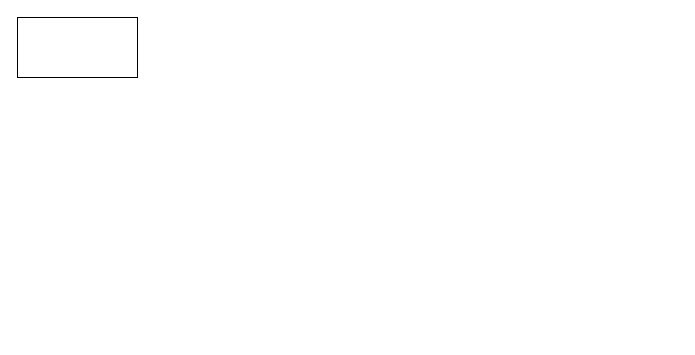
Above: Untitled Diagram.drawio in WoodCutterFuBin/DrawImgSave (draw.io), before the change. Source tidied: cells renumbered, new cells numbered last; positions are measured from the earlier drawing's top-left corner, leaving out a move shared by most shapes. Both pictures are drawn from the tidied source at 100%, with x=0, y=0 at pixel (17, 17).
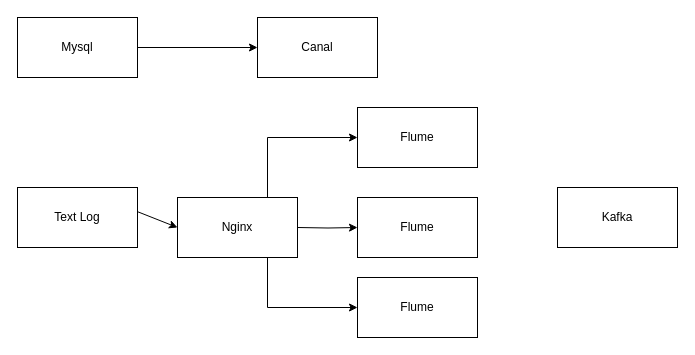
The same page after the edit.

What changed in the source:
```diff
@@
 <mxGraphModel>
   <root>
     <mxCell id="0" />
     <mxCell id="1" parent="0" />
-    <mxCell id="2" style="rounded=0;whiteSpace=wrap;html=1;" parent="1" vertex="1">
+    <mxCell id="2" value="Mysql" style="rounded=0;whiteSpace=wrap;html=1;" parent="1" vertex="1">
       <mxGeometry width="120" height="60" as="geometry" />
     </mxCell>
+    <mxCell id="3" style="endArrow=classic;html=1;exitX=1;exitY=0.5;exitDx=0;exitDy=0;entryX=0;entryY=0.5;entryDx=0;entryDy=0;" parent="1" edge="1" source="2" target="4">
+      <mxGeometry relative="1" as="geometry" />
+    </mxCell>
+    <mxCell id="4" value="Canal" style="rounded=0;whiteSpace=wrap;html=1;" parent="1" vertex="1">
+      <mxGeometry x="240" width="120" height="60" as="geometry" />
+    </mxCell>
+    <mxCell id="5" value="Text Log" style="rounded=0;whiteSpace=wrap;html=1;" parent="1" vertex="1">
+      <mxGeometry y="170" width="120" height="60" as="geometry" />
+    </mxCell>
+    <mxCell id="6" style="endArrow=classic;html=1;exitX=1;exitY=0.403;exitDx=0;exitDy=0;entryX=0;entryY=0.5;entryDx=0;entryDy=0;exitPerimeter=0;" parent="1" edge="1" source="5" target="8">
+      <mxGeometry relative="1" as="geometry" />
+    </mxCell>
+    <mxCell id="7" style="edgeStyle=orthogonalEdgeStyle;rounded=0;jettySize=auto;html=1;" parent="1" edge="1" target="10">
+      <mxGeometry relative="1" as="geometry">
+        <mxPoint x="280" y="210" as="sourcePoint" />
+      </mxGeometry>
+    </mxCell>
+    <mxCell id="8" value="Nginx" style="rounded=0;whiteSpace=wrap;html=1;" parent="1" vertex="1">
+      <mxGeometry x="160" y="180" width="120" height="60" as="geometry" />
+    </mxCell>
+    <mxCell id="9" value="Flume" style="rounded=0;whiteSpace=wrap;html=1;" parent="1" vertex="1">
+      <mxGeometry x="340" y="90" width="120" height="60" as="geometry" />
+    </mxCell>
+    <mxCell id="10" value="Flume" style="rounded=0;whiteSpace=wrap;html=1;" parent="1" vertex="1">
+      <mxGeometry x="340" y="180" width="120" height="60" as="geometry" />
+    </mxCell>
+    <mxCell id="11" value="Flume" style="rounded=0;whiteSpace=wrap;html=1;" parent="1" vertex="1">
+      <mxGeometry x="340" y="260" width="120" height="60" as="geometry" />
+    </mxCell>
+    <mxCell id="12" style="edgeStyle=orthogonalEdgeStyle;rounded=0;orthogonalLoop=1;jettySize=auto;html=1;" parent="1" edge="1">
+      <mxGeometry relative="1" as="geometry">
+        <mxPoint x="245" y="180" as="sourcePoint" />
+        <mxPoint x="340" y="120" as="targetPoint" />
+        <Array as="points">
+          <mxPoint x="250" y="180" />
+          <mxPoint x="250" y="120" />
+        </Array>
+      </mxGeometry>
+    </mxCell>
+    <mxCell id="13" style="edgeStyle=orthogonalEdgeStyle;rounded=0;jettySize=auto;html=1;entryX=0;entryY=0.5;entryDx=0;entryDy=0;exitX=0.75;exitY=1;exitDx=0;exitDy=0;" parent="1" edge="1" source="8" target="11">
+      <mxGeometry relative="1" as="geometry">
+        <Array as="points">
+          <mxPoint x="250" y="290" />
+        </Array>
+      </mxGeometry>
+    </mxCell>
+    <mxCell id="14" value="Kafka" style="rounded=0;whiteSpace=wrap;html=1;" parent="1" vertex="1">
+      <mxGeometry x="540" y="170" width="120" height="60" as="geometry" />
+    </mxCell>
   </root>
 </mxGraphModel>
```
